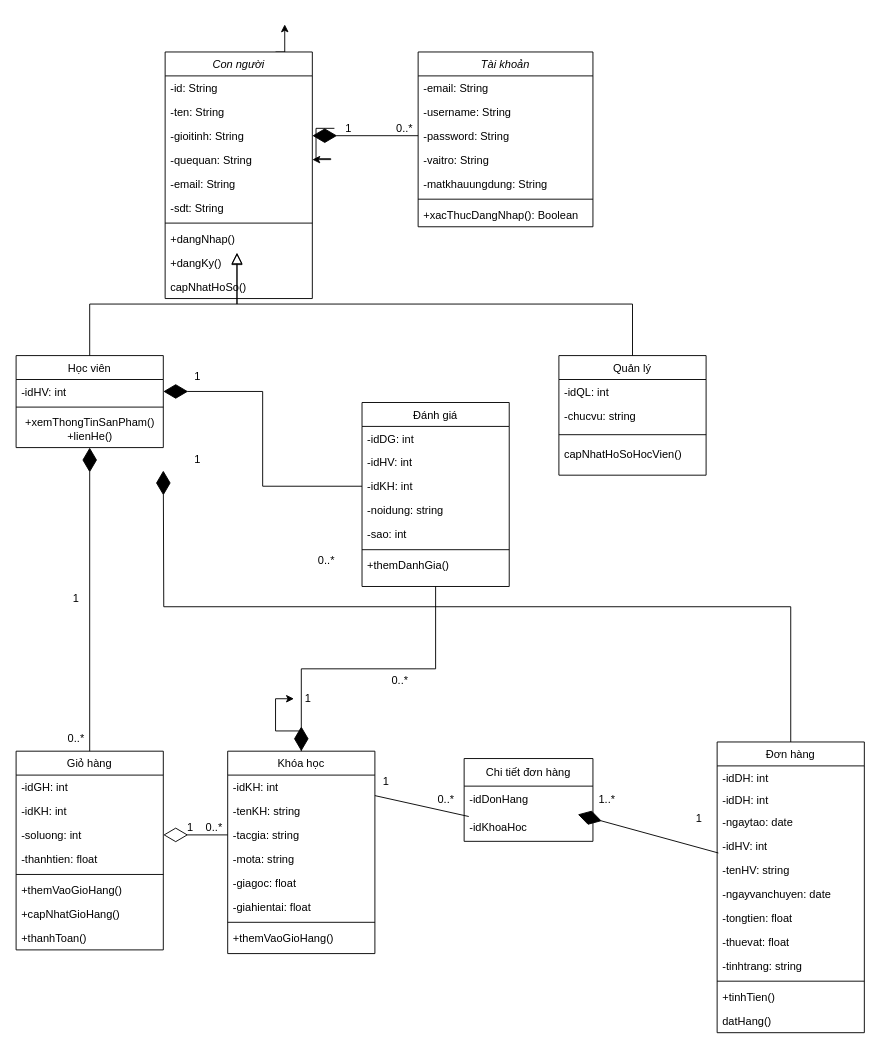
The draw.io diagram SAD Diagrams/class_diagram.drawio in hvt299/do_an_co_so_2, before the edit. Source tidied: cells renumbered, new cells numbered last; positions are measured from the earlier drawing's top-left corner, leaving out a move shared by most shapes. Both pictures are drawn from the tidied source at 92%, with x=0, y=0 at pixel (16, 24).
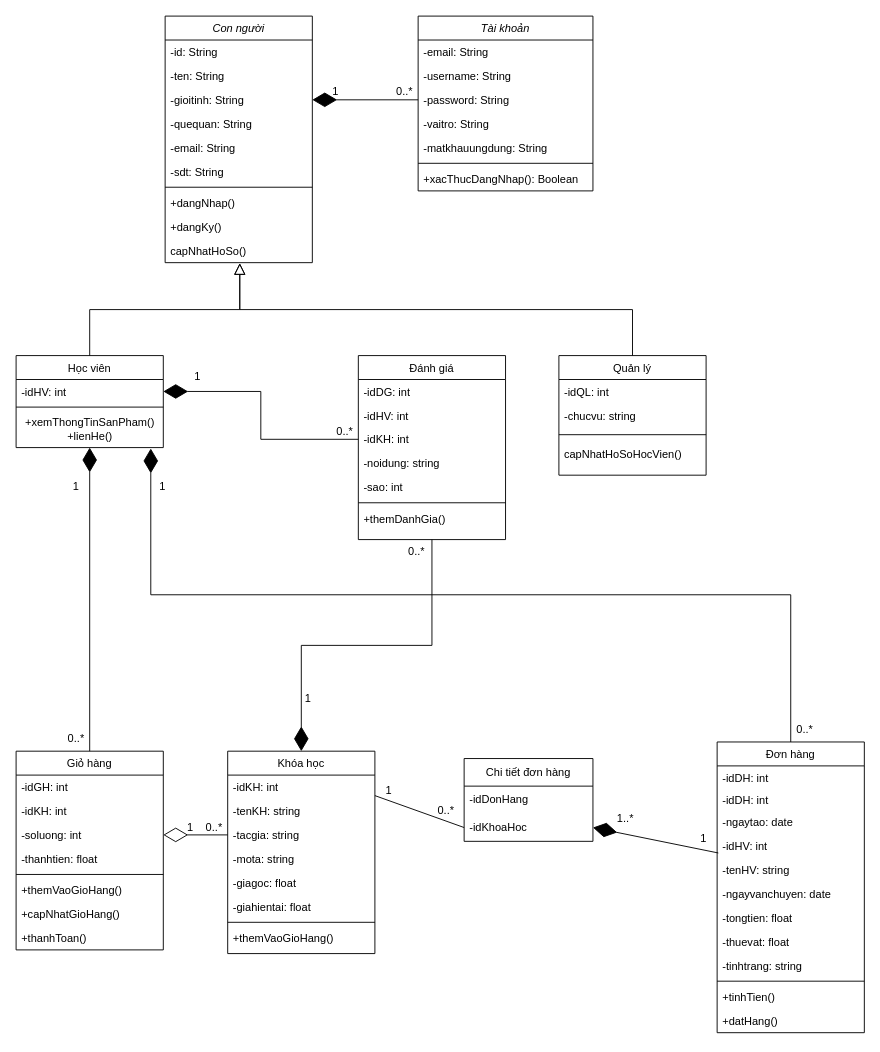
The same page after the edit.

Commit message:
Sửa: Class diagram

Unchanged cells that the change refers to:
```xml
<mxCell id="10" value="Học viên" style="swimlane;fontStyle=0;align=center;verticalAlign=top;horizontal=1;startSize=26;rounded=0;shadow=0;strokeWidth=1;" parent="1" vertex="1">
  <mxGeometry y="360" width="160" height="100" as="geometry" />
</mxCell>
<mxCell id="13" value="+xemThongTinSanPham()&lt;br&gt;+lienHe()" style="text;html=1;align=center;verticalAlign=middle;points=[];strokeColor=none;fillColor=none;" parent="10" vertex="1">
  <mxGeometry y="60" width="160" height="40" as="geometry" />
</mxCell>
<mxCell id="15" value="Quản lý" style="swimlane;fontStyle=0;align=center;verticalAlign=top;horizontal=1;startSize=26;rounded=0;shadow=0;strokeWidth=1;" parent="1" vertex="1">
  <mxGeometry x="590" y="360" width="160" height="130" as="geometry" />
</mxCell>
<mxCell id="33" value="Đơn hàng" style="swimlane;fontStyle=0;align=center;verticalAlign=top;horizontal=1;startSize=26;rounded=0;shadow=0;strokeWidth=1;" parent="1" vertex="1">
  <mxGeometry x="762" y="780" width="160" height="316" as="geometry" />
</mxCell>
<mxCell id="38" value="-tenHV: string" style="text;align=left;verticalAlign=top;spacingLeft=4;spacingRight=4;overflow=hidden;points=[[0,0.5],[1,0.5]];portConstraint=eastwest;" parent="33" vertex="1">
  <mxGeometry y="126" width="160" height="26" as="geometry" />
</mxCell>
<mxCell id="49" value="Khóa học" style="swimlane;fontStyle=0;align=center;verticalAlign=top;horizontal=1;startSize=26;rounded=0;shadow=0;strokeWidth=1;" parent="1" vertex="1">
  <mxGeometry x="230" y="790" width="160" height="220" as="geometry" />
</mxCell>
<mxCell id="74" value="&lt;span style=&quot;font-weight: normal;&quot;&gt;1&lt;/span&gt;" style="text;align=center;fontStyle=1;verticalAlign=middle;spacingLeft=3;spacingRight=3;strokeColor=none;points=[[0,0.5],[1,0.5]];portConstraint=eastwest;html=1;" parent="1" vertex="1">
  <mxGeometry x="302" y="720" width="30" height="26" as="geometry" />
</mxCell>
<mxCell id="80" value="-quequan: String" style="text;align=left;verticalAlign=top;spacingLeft=4;spacingRight=4;overflow=hidden;points=[[0,0.5],[1,0.5]];portConstraint=eastwest;rounded=0;shadow=0;html=0;" parent="76" vertex="1">
  <mxGeometry y="104" width="160" height="26" as="geometry" />
</mxCell>
<mxCell id="84" value="+dangNhap()" style="text;align=left;verticalAlign=top;spacingLeft=4;spacingRight=4;overflow=hidden;points=[[0,0.5],[1,0.5]];portConstraint=eastwest;" parent="76" vertex="1">
  <mxGeometry y="190" width="160" height="26" as="geometry" />
</mxCell>
<mxCell id="86" value="capNhatHoSo()" style="text;align=left;verticalAlign=top;spacingLeft=4;spacingRight=4;overflow=hidden;points=[[0,0.5],[1,0.5]];portConstraint=eastwest;" parent="76" vertex="1">
  <mxGeometry y="242" width="160" height="26" as="geometry" />
</mxCell>
<mxCell id="93" value="-idKhoaHoc" style="text;strokeColor=none;fillColor=none;align=left;verticalAlign=middle;spacingLeft=4;spacingRight=4;overflow=hidden;points=[[0,0.5],[1,0.5]];portConstraint=eastwest;whiteSpace=wrap;html=1;" parent="91" vertex="1">
  <mxGeometry y="60" width="140" height="30" as="geometry" />
</mxCell>
```

Change to the diagram source:
```diff
@@
     <mxCell id="2" value="Tài khoản" style="swimlane;fontStyle=2;align=center;verticalAlign=top;horizontal=1;startSize=26;rounded=0;shadow=0;strokeWidth=1;" parent="1" vertex="1">
-      <mxGeometry x="437" y="30" width="190" height="190" as="geometry" />
+      <mxGeometry x="437" y="-9" width="190" height="190" as="geometry" />
     </mxCell>
@@
-    <mxCell id="14" style="endArrow=block;endSize=10;endFill=0;shadow=0;strokeWidth=1;rounded=0;edgeStyle=elbowEdgeStyle;elbow=vertical;entryX=0.488;entryY=1.115;entryDx=0;entryDy=0;entryPerimeter=0;" parent="1" edge="1" source="10" target="84">
+    <mxCell id="14" style="endArrow=block;endSize=10;endFill=0;shadow=0;strokeWidth=1;rounded=0;edgeStyle=elbowEdgeStyle;elbow=vertical;entryX=0.507;entryY=1.024;entryDx=0;entryDy=0;entryPerimeter=0;" parent="1" edge="1" source="10" target="86">
       <mxGeometry relative="1" as="geometry" />
     </mxCell>
@@
-    <mxCell id="20" style="endArrow=block;endSize=10;endFill=0;shadow=0;strokeWidth=1;rounded=0;edgeStyle=elbowEdgeStyle;elbow=vertical;entryX=0.488;entryY=1.077;entryDx=0;entryDy=0;entryPerimeter=0;" parent="1" edge="1" source="15" target="84">
+    <mxCell id="20" style="endArrow=block;endSize=10;endFill=0;shadow=0;strokeWidth=1;rounded=0;edgeStyle=elbowEdgeStyle;elbow=vertical;entryX=0.507;entryY=1.024;entryDx=0;entryDy=0;entryPerimeter=0;" parent="1" edge="1" source="15" target="86">
       <mxGeometry relative="1" as="geometry" />
     </mxCell>
@@
     <mxCell id="32" value="&lt;span style=&quot;font-weight: normal;&quot;&gt;1&lt;/span&gt;" style="text;align=center;fontStyle=1;verticalAlign=middle;spacingLeft=3;spacingRight=3;strokeColor=none;html=1;" parent="1" vertex="1">
-      <mxGeometry x="50" y="611" width="30" height="26" as="geometry" />
+      <mxGeometry x="50" y="490" width="30" height="26" as="geometry" />
     </mxCell>
@@
-    <mxCell id="45" value="datHang()" style="text;align=left;verticalAlign=top;spacingLeft=4;spacingRight=4;overflow=hidden;" parent="33" vertex="1">
+    <mxCell id="45" value="+datHang()" style="text;align=left;verticalAlign=top;spacingLeft=4;spacingRight=4;overflow=hidden;" parent="33" vertex="1">
       <mxGeometry y="290" width="160" height="26" as="geometry" />
     </mxCell>
-    <mxCell id="46" style="endArrow=diamondThin;endFill=1;endSize=24;html=1;rounded=0;exitX=0.5;exitY=0;exitDx=0;exitDy=0;edgeStyle=orthogonalEdgeStyle;" parent="1" edge="1" source="33">
-      <mxGeometry relative="1" as="geometry">
-        <mxPoint x="160" y="485" as="targetPoint" />
-      </mxGeometry>
+    <mxCell id="46" style="endArrow=diamondThin;endFill=1;endSize=24;html=1;rounded=0;exitX=0.5;exitY=0;exitDx=0;exitDy=0;edgeStyle=orthogonalEdgeStyle;entryX=0.915;entryY=1.025;entryDx=0;entryDy=0;entryPerimeter=0;" parent="1" edge="1" source="33" target="13">
+      <mxGeometry relative="1" as="geometry" />
     </mxCell>
     <mxCell id="47" value="&lt;span style=&quot;font-weight: normal;&quot;&gt;1&lt;/span&gt;" style="text;align=center;fontStyle=1;verticalAlign=middle;spacingLeft=3;spacingRight=3;strokeColor=none;html=1;" parent="1" vertex="1">
-      <mxGeometry x="182" y="460" width="30" height="26" as="geometry" />
+      <mxGeometry x="144" y="490" width="30" height="26" as="geometry" />
     </mxCell>
-    <mxCell id="48" style="edgeStyle=orthogonalEdgeStyle;rounded=0;jettySize=auto;html=1;" parent="1" edge="1" source="49" target="74">
-      <mxGeometry relative="1" as="geometry" />
-    </mxCell>
@@
     <mxCell id="61" value="Đánh giá" style="swimlane;fontStyle=0;align=center;verticalAlign=top;horizontal=1;startSize=26;rounded=0;shadow=0;strokeWidth=1;" parent="1" vertex="1">
-      <mxGeometry x="376" y="411" width="160" height="200" as="geometry" />
+      <mxGeometry x="372" y="360" width="160" height="200" as="geometry" />
     </mxCell>
@@
     <mxCell id="71" value="&lt;span style=&quot;font-weight: normal;&quot;&gt;0..*&lt;/span&gt;" style="text;align=center;fontStyle=1;verticalAlign=middle;spacingLeft=3;spacingRight=3;strokeColor=none;html=1;" parent="1" vertex="1">
-      <mxGeometry x="402" y="700" width="30" height="26" as="geometry" />
+      <mxGeometry x="420" y="560" width="30" height="26" as="geometry" />
     </mxCell>
@@
     <mxCell id="73" value="&lt;span style=&quot;font-weight: normal;&quot;&gt;0..*&lt;/span&gt;" style="text;align=center;fontStyle=1;verticalAlign=middle;spacingLeft=3;spacingRight=3;strokeColor=none;html=1;" parent="1" vertex="1">
-      <mxGeometry x="322" y="570" width="30" height="26" as="geometry" />
+      <mxGeometry x="342" y="430" width="30" height="26" as="geometry" />
     </mxCell>
@@
-    <mxCell id="75" style="edgeStyle=orthogonalEdgeStyle;rounded=0;jettySize=auto;html=1;exitX=0.75;exitY=0;exitDx=0;exitDy=0;" parent="1" edge="1" source="76">
-      <mxGeometry relative="1" as="geometry">
-        <mxPoint x="292" as="targetPoint" />
-      </mxGeometry>
-    </mxCell>
     <mxCell id="76" value="Con người" style="swimlane;fontStyle=2;align=center;verticalAlign=top;horizontal=1;startSize=26;rounded=0;shadow=0;strokeWidth=1;" parent="1" vertex="1">
-      <mxGeometry x="162" y="30" width="160" height="268" as="geometry" />
+      <mxGeometry x="162" y="-9" width="160" height="268" as="geometry" />
     </mxCell>
@@
-    <mxCell id="88" style="edgeStyle=orthogonalEdgeStyle;rounded=0;jettySize=auto;html=1;" parent="1" edge="1" source="89" target="80">
-      <mxGeometry relative="1" as="geometry" />
-    </mxCell>
     <mxCell id="89" value="&lt;span style=&quot;font-weight: normal;&quot;&gt;1&lt;/span&gt;" style="text;align=center;fontStyle=1;verticalAlign=middle;spacingLeft=3;spacingRight=3;strokeColor=none;points=[[0,0.5],[1,0.5]];portConstraint=eastwest;html=1;" parent="1" vertex="1">
-      <mxGeometry x="346" y="100" width="30" height="26" as="geometry" />
+      <mxGeometry x="332" y="60" width="30" height="26" as="geometry" />
     </mxCell>
     <mxCell id="90" value="&lt;span style=&quot;font-weight: normal;&quot;&gt;0..*&lt;/span&gt;" style="text;align=center;fontStyle=1;verticalAlign=middle;spacingLeft=3;spacingRight=3;strokeColor=none;html=1;" parent="1" vertex="1">
-      <mxGeometry x="407" y="100" width="30" height="26" as="geometry" />
+      <mxGeometry x="407" y="60" width="30" height="26" as="geometry" />
     </mxCell>
@@
-    <mxCell id="94" style="endArrow=none;html=1;rounded=0;exitX=0.976;exitY=-0.141;exitDx=0;exitDy=0;exitPerimeter=0;entryX=0.036;entryY=0.1;entryDx=0;entryDy=0;entryPerimeter=0;" parent="1" edge="1" target="93">
+    <mxCell id="94" style="endArrow=none;html=1;rounded=0;exitX=0.976;exitY=-0.141;exitDx=0;exitDy=0;exitPerimeter=0;entryX=0;entryY=0.5;entryDx=0;entryDy=0;" parent="1" edge="1" target="93">
       <mxGeometry relative="1" as="geometry">
         <mxPoint x="390" y="838.3" as="sourcePoint" />
       </mxGeometry>
     </mxCell>
     <mxCell id="95" value="1" style="text;html=1;align=center;verticalAlign=middle;strokeColor=none;fillColor=none;" parent="1" vertex="1">
-      <mxGeometry x="387" y="808" width="30" height="30" as="geometry" />
+      <mxGeometry x="390" y="818" width="30" height="30" as="geometry" />
     </mxCell>
     <mxCell id="96" value="0..*" style="text;html=1;align=center;verticalAlign=middle;strokeColor=none;fillColor=none;" parent="1" vertex="1">
-      <mxGeometry x="447" y="828" width="40" height="30" as="geometry" />
+      <mxGeometry x="447" y="840" width="40" height="30" as="geometry" />
     </mxCell>
-    <mxCell id="97" style="endArrow=diamondThin;endFill=1;endSize=24;html=1;rounded=0;entryX=0.883;entryY=0.025;entryDx=0;entryDy=0;entryPerimeter=0;exitX=0.008;exitY=-0.206;exitDx=0;exitDy=0;exitPerimeter=0;" parent="1" edge="1" source="38" target="93">
+    <mxCell id="97" style="endArrow=diamondThin;endFill=1;endSize=24;html=1;rounded=0;entryX=1;entryY=0.5;entryDx=0;entryDy=0;exitX=0.008;exitY=-0.206;exitDx=0;exitDy=0;exitPerimeter=0;" parent="1" edge="1" source="38" target="93">
       <mxGeometry relative="1" as="geometry" />
     </mxCell>
     <mxCell id="98" value="1" style="text;html=1;align=center;verticalAlign=middle;strokeColor=none;fillColor=none;" parent="1" vertex="1">
-      <mxGeometry x="727" y="848" width="30" height="30" as="geometry" />
+      <mxGeometry x="732" y="870" width="30" height="30" as="geometry" />
     </mxCell>
     <mxCell id="99" value="1..*" style="text;html=1;align=center;verticalAlign=middle;strokeColor=none;fillColor=none;" parent="1" vertex="1">
-      <mxGeometry x="622" y="828" width="40" height="30" as="geometry" />
+      <mxGeometry x="642" y="848" width="40" height="30" as="geometry" />
     </mxCell>
+    <mxCell id="100" value="&lt;span style=&quot;font-weight: normal;&quot;&gt;0..*&lt;/span&gt;" style="text;align=center;fontStyle=1;verticalAlign=middle;spacingLeft=3;spacingRight=3;strokeColor=none;html=1;" parent="1" vertex="1">
+      <mxGeometry x="842" y="754" width="30" height="26" as="geometry" />
+    </mxCell>
```
